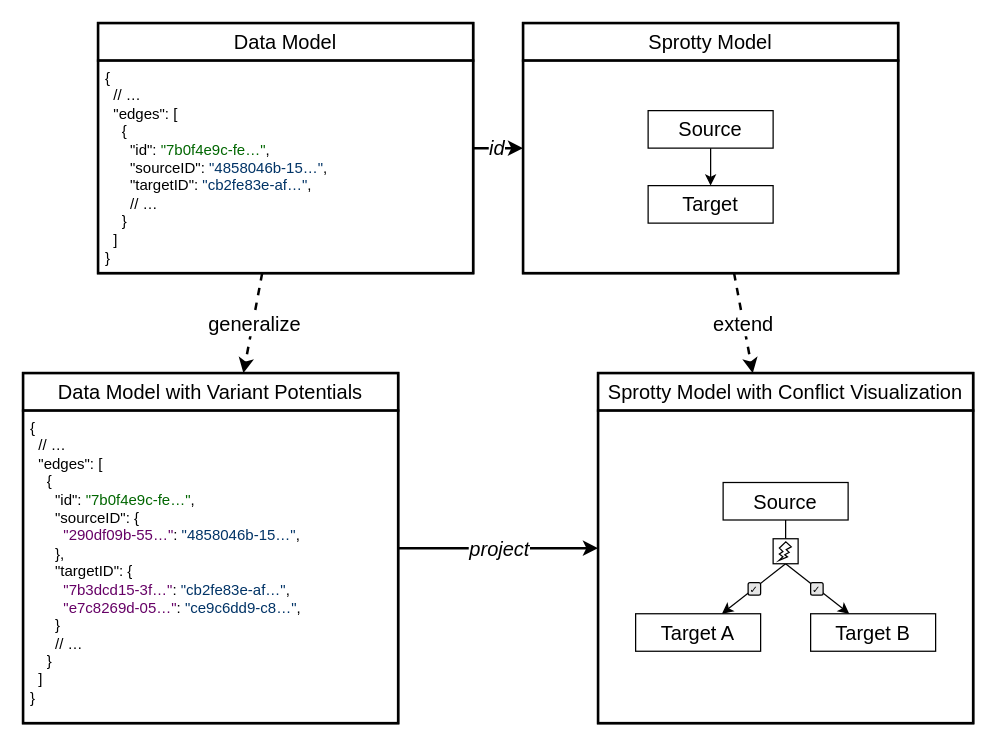
The draw.io diagram docs/vuepress/src/content/developer-guide/overview/assets/lazy-merging.drawio in SoweluAvanzo/DAO-ML_Cinco_Cloud_Editor, before the edit. Source tidied: cells renumbered, new cells numbered last; positions are measured from the earlier drawing's top-left corner, leaving out a move shared by most shapes. Both pictures are drawn from the tidied source at 125%, with x=0, y=0 at pixel (22, 22).
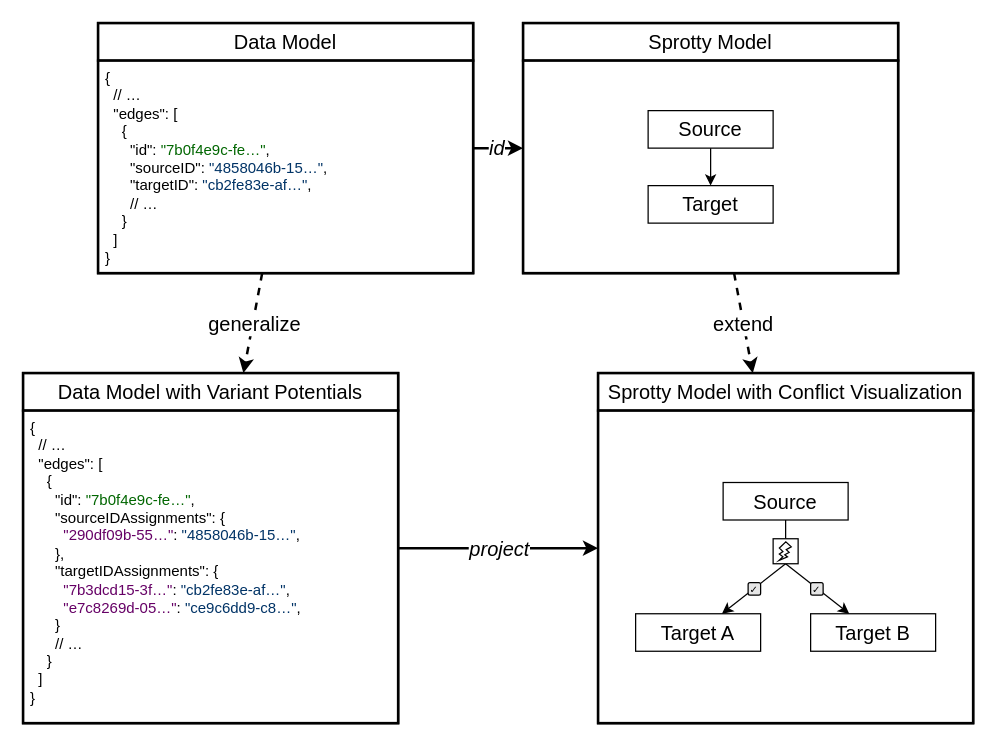
Above is the later version.

Commit message (it also covers changes not shown here):
lazy-merging: Properly name assignments property

See #325

What changed in the source:
```diff
@@
-    <mxCell id="19" value="{&lt;br style=&quot;border-color: var(--border-color);&quot;&gt;&amp;nbsp; // …&lt;br style=&quot;border-color: var(--border-color);&quot;&gt;&amp;nbsp; &quot;edges&quot;: [&lt;br style=&quot;border-color: var(--border-color);&quot;&gt;&amp;nbsp; &amp;nbsp; {&lt;br style=&quot;border-color: var(--border-color);&quot;&gt;&amp;nbsp; &amp;nbsp; &amp;nbsp; &quot;id&quot;: &lt;font color=&quot;#006600&quot;&gt;&quot;7b0f4e9c-fe…&quot;&lt;/font&gt;,&lt;br style=&quot;border-color: var(--border-color);&quot;&gt;&amp;nbsp; &amp;nbsp; &amp;nbsp; &quot;sourceID&quot;: {&lt;br&gt;&amp;nbsp; &amp;nbsp; &amp;nbsp; &amp;nbsp; &lt;font color=&quot;#660066&quot;&gt;&quot;290df09b-55…&quot;&lt;/font&gt;: &lt;font color=&quot;#003366&quot;&gt;&quot;4858046b-15…&quot;&lt;/font&gt;,&lt;br&gt;&amp;nbsp; &amp;nbsp; &amp;nbsp; },&lt;br style=&quot;border-color: var(--border-color);&quot;&gt;&amp;nbsp; &amp;nbsp; &amp;nbsp; &quot;targetID&quot;: {&lt;br style=&quot;border-color: var(--border-color);&quot;&gt;&amp;nbsp; &amp;nbsp; &amp;nbsp; &amp;nbsp; &lt;font color=&quot;#660066&quot;&gt;&quot;7b3dcd15-3f…&quot;&lt;/font&gt;: &lt;font color=&quot;#003366&quot;&gt;&quot;cb2fe83e-af…&quot;&lt;/font&gt;,&lt;br style=&quot;border-color: var(--border-color);&quot;&gt;&amp;nbsp; &amp;nbsp; &amp;nbsp; &amp;nbsp; &lt;font color=&quot;#660066&quot;&gt;&quot;e7c8269d-05…&quot;&lt;/font&gt;: &lt;font color=&quot;#003366&quot;&gt;&quot;ce9c6dd9-c8…&quot;&lt;/font&gt;,&lt;br&gt;&amp;nbsp; &amp;nbsp; &amp;nbsp; }&lt;br style=&quot;border-color: var(--border-color);&quot;&gt;&amp;nbsp; &amp;nbsp; &amp;nbsp; // …&lt;br style=&quot;border-color: var(--border-color);&quot;&gt;&amp;nbsp; &amp;nbsp; }&lt;br style=&quot;border-color: var(--border-color);&quot;&gt;&amp;nbsp; ]&lt;br style=&quot;border-color: var(--border-color);&quot;&gt;}" style="rounded=0;whiteSpace=wrap;html=1;fontFamily=Source Code Pro;fontSize=12;align=left;verticalAlign=top;strokeWidth=2;spacingLeft=4;" parent="1" vertex="1">
+    <mxCell id="19" value="{&lt;br style=&quot;border-color: var(--border-color);&quot;&gt;&amp;nbsp; // …&lt;br style=&quot;border-color: var(--border-color);&quot;&gt;&amp;nbsp; &quot;edges&quot;: [&lt;br style=&quot;border-color: var(--border-color);&quot;&gt;&amp;nbsp; &amp;nbsp; {&lt;br style=&quot;border-color: var(--border-color);&quot;&gt;&amp;nbsp; &amp;nbsp; &amp;nbsp; &quot;id&quot;: &lt;font color=&quot;#006600&quot;&gt;&quot;7b0f4e9c-fe…&quot;&lt;/font&gt;,&lt;br style=&quot;border-color: var(--border-color);&quot;&gt;&amp;nbsp; &amp;nbsp; &amp;nbsp; &quot;sourceIDAssignments&quot;: {&lt;br&gt;&amp;nbsp; &amp;nbsp; &amp;nbsp; &amp;nbsp; &lt;font color=&quot;#660066&quot;&gt;&quot;290df09b-55…&quot;&lt;/font&gt;: &lt;font color=&quot;#003366&quot;&gt;&quot;4858046b-15…&quot;&lt;/font&gt;,&lt;br&gt;&amp;nbsp; &amp;nbsp; &amp;nbsp; },&lt;br style=&quot;border-color: var(--border-color);&quot;&gt;&amp;nbsp; &amp;nbsp; &amp;nbsp; &quot;targetIDAssignments&quot;: {&lt;br style=&quot;border-color: var(--border-color);&quot;&gt;&amp;nbsp; &amp;nbsp; &amp;nbsp; &amp;nbsp; &lt;font color=&quot;#660066&quot;&gt;&quot;7b3dcd15-3f…&quot;&lt;/font&gt;: &lt;font color=&quot;#003366&quot;&gt;&quot;cb2fe83e-af…&quot;&lt;/font&gt;,&lt;br style=&quot;border-color: var(--border-color);&quot;&gt;&amp;nbsp; &amp;nbsp; &amp;nbsp; &amp;nbsp; &lt;font color=&quot;#660066&quot;&gt;&quot;e7c8269d-05…&quot;&lt;/font&gt;: &lt;font color=&quot;#003366&quot;&gt;&quot;ce9c6dd9-c8…&quot;&lt;/font&gt;,&lt;br&gt;&amp;nbsp; &amp;nbsp; &amp;nbsp; }&lt;br style=&quot;border-color: var(--border-color);&quot;&gt;&amp;nbsp; &amp;nbsp; &amp;nbsp; // …&lt;br style=&quot;border-color: var(--border-color);&quot;&gt;&amp;nbsp; &amp;nbsp; }&lt;br style=&quot;border-color: var(--border-color);&quot;&gt;&amp;nbsp; ]&lt;br style=&quot;border-color: var(--border-color);&quot;&gt;}" style="rounded=0;whiteSpace=wrap;html=1;fontFamily=Source Code Pro;fontSize=12;align=left;verticalAlign=top;strokeWidth=2;spacingLeft=4;" parent="1" vertex="1">
       <mxGeometry y="310" width="300" height="250" as="geometry" />
     </mxCell>
```
